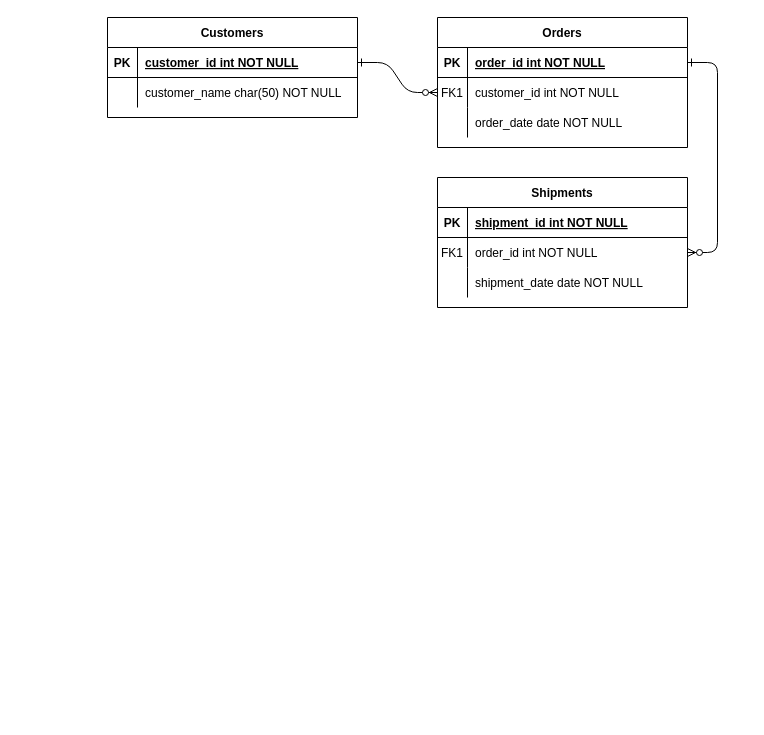
emo-bon/RDF-Semantics keeps this draw.io diagram as SampleAnalysisDataUML.drawio. Above is the earlier version. Source tidied: cells renumbered, new cells numbered last; positions are measured from the earlier drawing's top-left corner, leaving out a move shared by most shapes. Both pictures are drawn from the tidied source at 100%, with x=0, y=0 at pixel (107, 17).
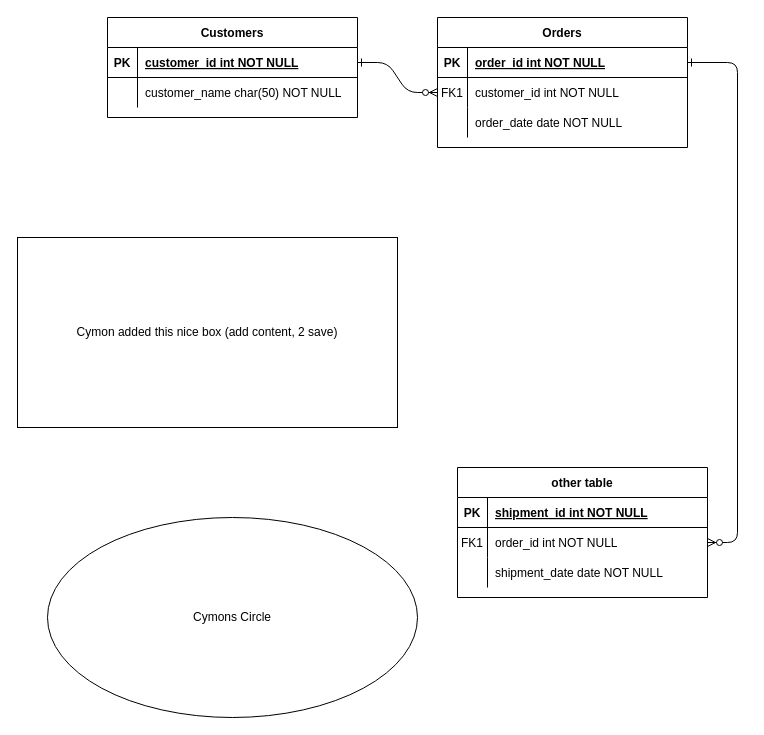
After the change.

What changed in the source:
```diff
@@
-    <mxCell id="14" value="Shipments" style="shape=table;startSize=30;childLayout=tableLayout;rowLines=0;fontStyle=1;align=center;" parent="1" vertex="1">
-      <mxGeometry x="330" y="160" width="250" height="130" as="geometry" />
+    <mxCell id="14" value="other table" style="shape=table;startSize=30;childLayout=tableLayout;rowLines=0;fontStyle=1;align=center;" parent="1" vertex="1">
+      <mxGeometry x="350" y="450" width="250" height="130" as="geometry" />
     </mxCell>
@@
+    <mxCell id="31" value="Cymon added this nice box (add content, 2 save)" style="whiteSpace=wrap;html=1;" parent="1" vertex="1">
+      <mxGeometry x="-90" y="220" width="380" height="190" as="geometry" />
+    </mxCell>
+    <mxCell id="32" value="Cymons Circle" style="ellipse;whiteSpace=wrap;html=1;" parent="1" vertex="1">
+      <mxGeometry x="-60" y="500" width="370" height="200" as="geometry" />
+    </mxCell>
```
